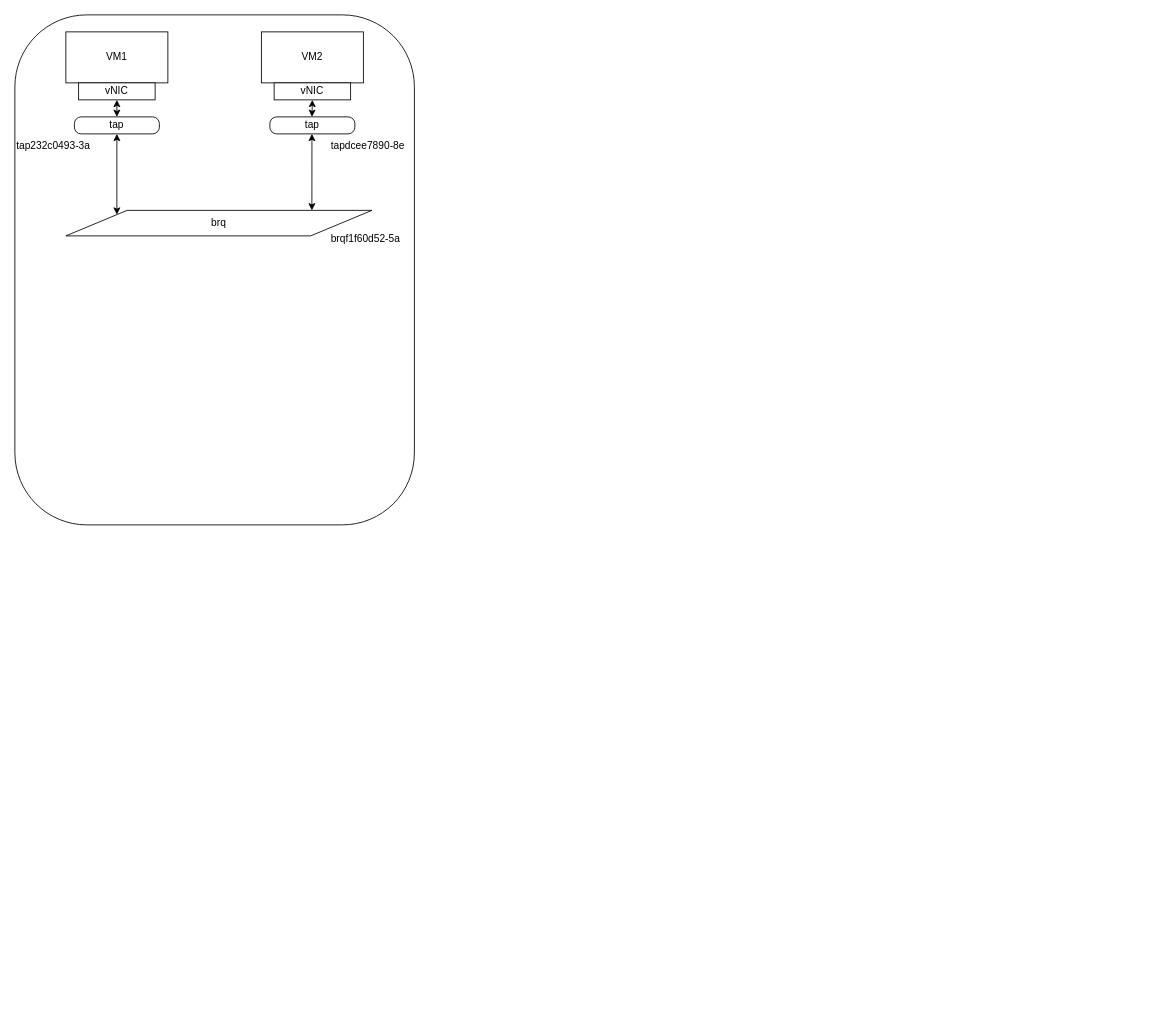
Earlier version of the draw.io diagram network_flow_openstack.drawio (lmq1999/Mytest). Source tidied: cells renumbered, new cells numbered last; positions are measured from the earlier drawing's top-left corner, leaving out a move shared by most shapes. Both pictures are drawn from the tidied source at 85%, with x=0, y=0 at pixel (14, 14).
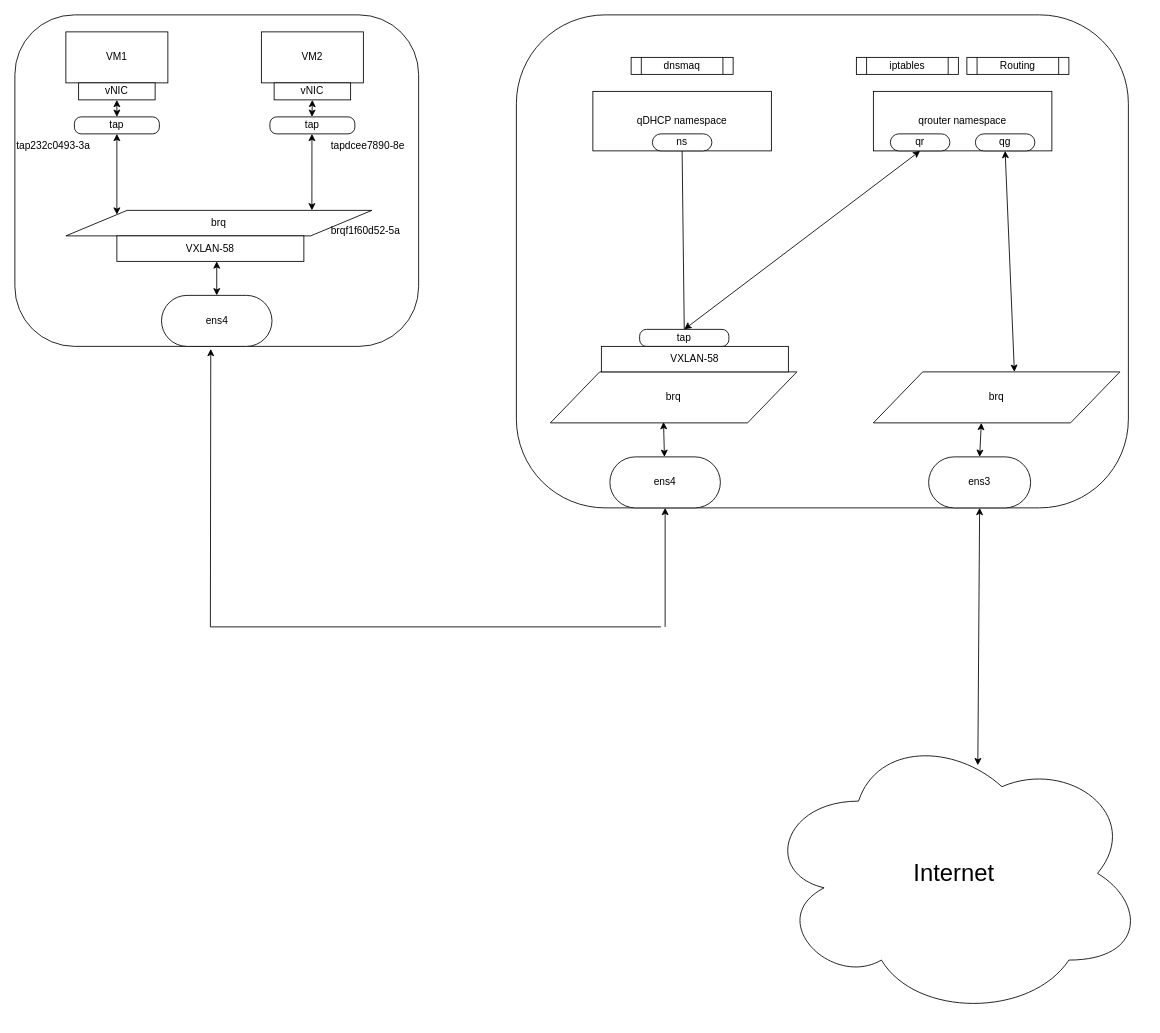
The same page after the edit.

The edit, as a diff of the source:
```diff
@@
     <mxCell id="2" style="rounded=1;whiteSpace=wrap;html=1;arcSize=18;" parent="1" vertex="1">
-      <mxGeometry width="470" height="600" as="geometry" />
+      <mxGeometry width="475" height="390" as="geometry" />
     </mxCell>
@@
     <mxCell id="12" value="brqf1f60d52-5a" style="text;html=1;" parent="1" vertex="1">
-      <mxGeometry x="370" y="250" width="120" height="30" as="geometry" />
+      <mxGeometry x="370" y="240" width="120" height="30" as="geometry" />
     </mxCell>
@@
+    <mxCell id="17" value="VXLAN-58" style="rounded=0;whiteSpace=wrap;html=1;" parent="1" vertex="1">
+      <mxGeometry x="120" y="260" width="220" height="30" as="geometry" />
+    </mxCell>
+    <mxCell id="18" style="rounded=1;whiteSpace=wrap;html=1;arcSize=18;" parent="1" vertex="1">
+      <mxGeometry x="590" width="720" height="580" as="geometry" />
+    </mxCell>
+    <mxCell id="19" value="&lt;div&gt;qDHCP namespace&lt;/div&gt;" style="rounded=0;whiteSpace=wrap;html=1;" parent="1" vertex="1">
+      <mxGeometry x="680" y="90" width="210" height="70" as="geometry" />
+    </mxCell>
+    <mxCell id="20" value="&lt;div&gt;qrouter namespace&lt;/div&gt;" style="rounded=0;whiteSpace=wrap;html=1;" parent="1" vertex="1">
+      <mxGeometry x="1010" y="90" width="210" height="70" as="geometry" />
+    </mxCell>
+    <mxCell id="21" value="dnsmaq" style="shape=process;whiteSpace=wrap;html=1;backgroundOutline=1;" parent="1" vertex="1">
+      <mxGeometry x="725" y="50" width="120" height="20" as="geometry" />
+    </mxCell>
+    <mxCell id="22" value="iptables" style="shape=process;whiteSpace=wrap;html=1;backgroundOutline=1;" parent="1" vertex="1">
+      <mxGeometry x="990" y="50" width="120" height="20" as="geometry" />
+    </mxCell>
+    <mxCell id="23" value="Routing" style="shape=process;whiteSpace=wrap;html=1;backgroundOutline=1;" parent="1" vertex="1">
+      <mxGeometry x="1120" y="50" width="120" height="20" as="geometry" />
+    </mxCell>
+    <mxCell id="24" value="qr" style="rounded=1;whiteSpace=wrap;html=1;arcSize=50;" parent="1" vertex="1">
+      <mxGeometry x="1030" y="140" width="70" height="20" as="geometry" />
+    </mxCell>
+    <mxCell id="25" value="qg" style="rounded=1;whiteSpace=wrap;html=1;arcSize=50;" parent="1" vertex="1">
+      <mxGeometry x="1130" y="140" width="70" height="20" as="geometry" />
+    </mxCell>
+    <mxCell id="26" value="brq" style="shape=parallelogram;perimeter=parallelogramPerimeter;whiteSpace=wrap;html=1;" parent="1" vertex="1">
+      <mxGeometry x="1010" y="420" width="290" height="60" as="geometry" />
+    </mxCell>
+    <mxCell id="27" value="ens3" style="rounded=1;whiteSpace=wrap;html=1;arcSize=50;" parent="1" vertex="1">
+      <mxGeometry x="1075" y="520" width="120" height="60" as="geometry" />
+    </mxCell>
+    <mxCell id="28" style="endArrow=classic;startArrow=classic;html=1;exitX=0.5;exitY=0;exitDx=0;exitDy=0;entryX=0.438;entryY=1;entryDx=0;entryDy=0;entryPerimeter=0;" parent="1" edge="1" source="27" target="26">
+      <mxGeometry relative="1" as="geometry" />
+    </mxCell>
+    <mxCell id="29" style="endArrow=classic;startArrow=classic;html=1;entryX=0.5;entryY=1;entryDx=0;entryDy=0;exitX=0.562;exitY=0.126;exitDx=0;exitDy=0;exitPerimeter=0;" parent="1" edge="1" source="30" target="27">
+      <mxGeometry relative="1" as="geometry" />
+    </mxCell>
+    <mxCell id="30" value="&lt;font style=&quot;font-size: 28px&quot;&gt;Internet&lt;/font&gt;" style="ellipse;shape=cloud;whiteSpace=wrap;html=1;" parent="1" vertex="1">
+      <mxGeometry x="880" y="840" width="450" height="340" as="geometry" />
+    </mxCell>
+    <mxCell id="31" value="ens4" style="rounded=1;whiteSpace=wrap;html=1;arcSize=50;" parent="1" vertex="1">
+      <mxGeometry x="172.5" y="330" width="130" height="60" as="geometry" />
+    </mxCell>
+    <mxCell id="32" style="endArrow=classic;startArrow=classic;html=1;entryX=0.534;entryY=1;entryDx=0;entryDy=0;exitX=0.5;exitY=0;exitDx=0;exitDy=0;entryPerimeter=0;" parent="1" edge="1" source="31" target="17">
+      <mxGeometry relative="1" as="geometry" />
+    </mxCell>
+    <mxCell id="33" value="ens4" style="rounded=1;whiteSpace=wrap;html=1;arcSize=50;" parent="1" vertex="1">
+      <mxGeometry x="700" y="520" width="130" height="60" as="geometry" />
+    </mxCell>
+    <mxCell id="34" style="endArrow=classic;html=1;entryX=0.446;entryY=1.05;entryDx=0;entryDy=0;entryPerimeter=0;" parent="1" edge="1" target="31">
+      <mxGeometry relative="1" as="geometry">
+        <mxPoint x="230" y="720" as="sourcePoint" />
+      </mxGeometry>
+    </mxCell>
+    <mxCell id="35" style="endArrow=none;html=1;" parent="1" edge="1">
+      <mxGeometry relative="1" as="geometry">
+        <mxPoint x="230" y="720" as="sourcePoint" />
+        <mxPoint x="760" y="720" as="targetPoint" />
+      </mxGeometry>
+    </mxCell>
+    <mxCell id="36" style="endArrow=classic;html=1;entryX=0.5;entryY=1;entryDx=0;entryDy=0;" parent="1" edge="1" target="33">
+      <mxGeometry relative="1" as="geometry">
+        <mxPoint x="765" y="720" as="sourcePoint" />
+      </mxGeometry>
+    </mxCell>
+    <mxCell id="37" value="brq" style="shape=parallelogram;perimeter=parallelogramPerimeter;whiteSpace=wrap;html=1;" parent="1" vertex="1">
+      <mxGeometry x="630" y="420" width="290" height="60" as="geometry" />
+    </mxCell>
+    <mxCell id="38" style="endArrow=classic;startArrow=classic;html=1;entryX=0.459;entryY=0.983;entryDx=0;entryDy=0;entryPerimeter=0;" parent="1" edge="1" source="33" target="37">
+      <mxGeometry relative="1" as="geometry" />
+    </mxCell>
+    <mxCell id="39" value="VXLAN-58" style="rounded=0;whiteSpace=wrap;html=1;" parent="1" vertex="1">
+      <mxGeometry x="690" y="390" width="220" height="30" as="geometry" />
+    </mxCell>
+    <mxCell id="40" value="tap" style="rounded=1;whiteSpace=wrap;html=1;arcSize=40;" parent="1" vertex="1">
+      <mxGeometry x="735" y="370" width="105" height="20" as="geometry" />
+    </mxCell>
+    <mxCell id="41" style="endArrow=classic;startArrow=classic;html=1;entryX=0.5;entryY=1;entryDx=0;entryDy=0;exitX=0.5;exitY=0;exitDx=0;exitDy=0;" parent="1" edge="1" source="40" target="24">
+      <mxGeometry relative="1" as="geometry" />
+    </mxCell>
+    <mxCell id="42" style="endArrow=classic;startArrow=classic;html=1;entryX=0.5;entryY=1;entryDx=0;entryDy=0;exitX=0.572;exitY=0;exitDx=0;exitDy=0;exitPerimeter=0;" parent="1" edge="1" source="26" target="25">
+      <mxGeometry relative="1" as="geometry" />
+    </mxCell>
+    <mxCell id="43" style="endArrow=none;html=1;entryX=0.5;entryY=1;entryDx=0;entryDy=0;exitX=0.5;exitY=0;exitDx=0;exitDy=0;" parent="1" edge="1" source="40" target="19">
+      <mxGeometry relative="1" as="geometry" />
+    </mxCell>
+    <mxCell id="44" value="ns" style="rounded=1;whiteSpace=wrap;html=1;arcSize=50;" parent="1" vertex="1">
+      <mxGeometry x="750" y="140" width="70" height="20" as="geometry" />
+    </mxCell>
```
